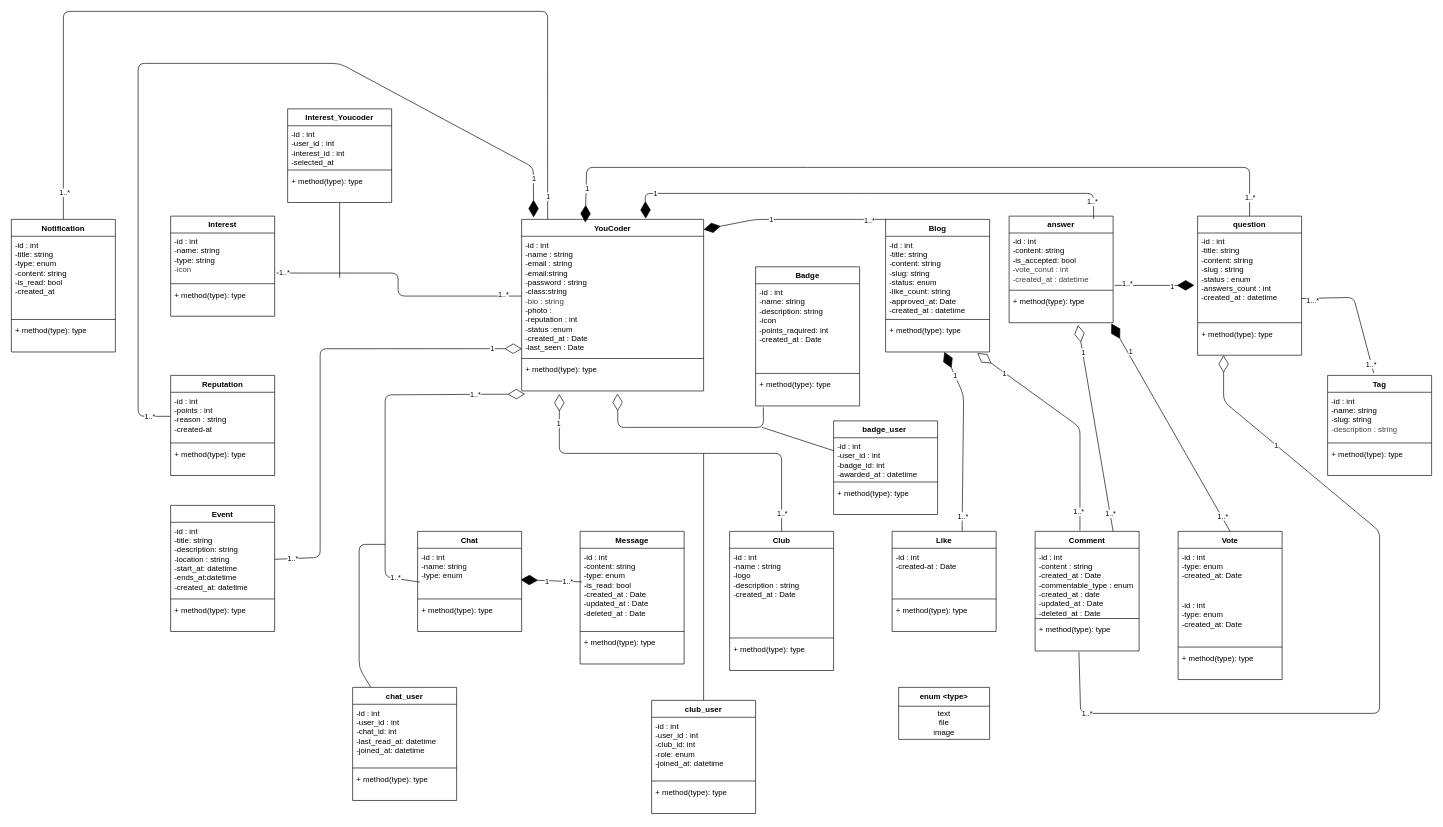
The draw.io diagram docs/Uml.drawio in Mehdi-133/You-Connect, before the edit. Source tidied: cells renumbered, new cells numbered last; positions are measured from the earlier drawing's top-left corner, leaving out a move shared by most shapes. Both pictures are drawn from the tidied source at 65%, with x=0, y=0 at pixel (11, 11).
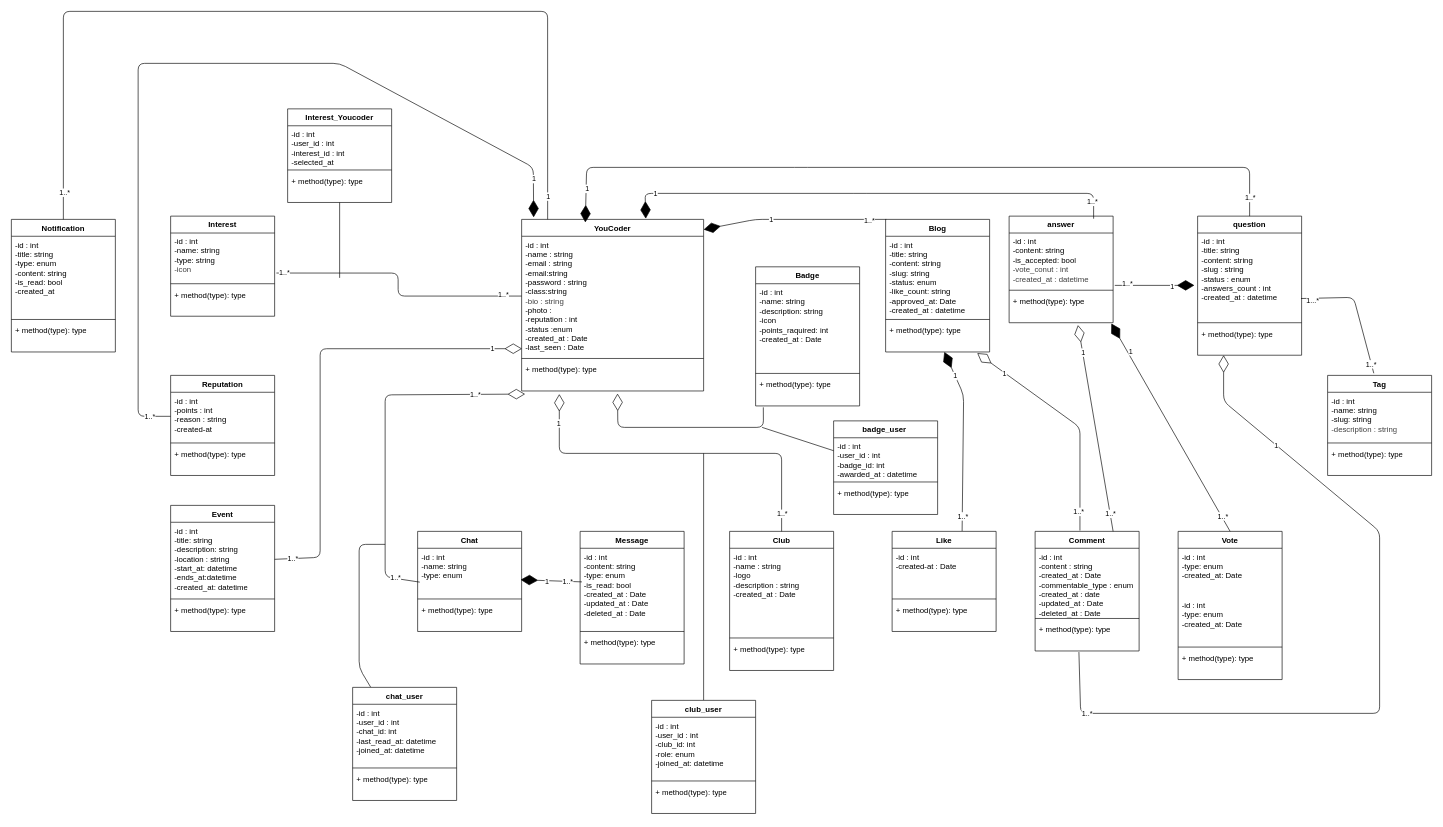
The same page after the edit.

What changed in the source:
```diff
@@
-    <mxCell id="63" value="enum &amp;lt;type&amp;gt;" style="swimlane;fontStyle=1;align=center;verticalAlign=middle;horizontal=1;startSize=29;html=1;whiteSpace=wrap;" parent="1" vertex="1">
-      <mxGeometry x="1365" y="1040" width="140" height="80" as="geometry" />
-    </mxCell>
-    <mxCell id="64" value="text&lt;div&gt;file&lt;/div&gt;&lt;div&gt;image&lt;/div&gt;" style="text;html=1;strokeColor=none;fillColor=none;align=center;verticalAlign=middle;spacingLeft=4;spacingRight=4;overflow=hidden;whiteSpace=wrap;" parent="63" vertex="1">
-      <mxGeometry y="29" width="140" height="51" as="geometry" />
-    </mxCell>
```
